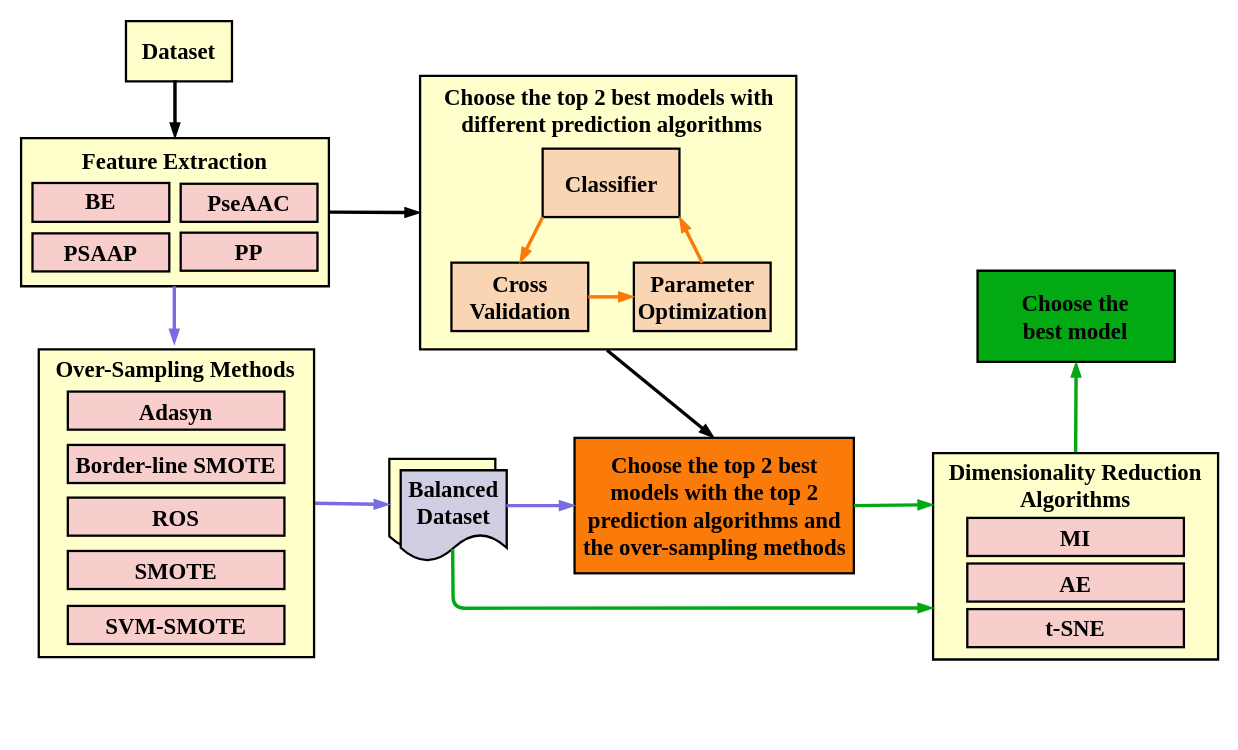
The draw.io diagram page "第 7 页" (7 of 10) of 块状图.drawio in chenjgui/Flow-chat, before the edit. Source tidied: cells renumbered, new cells numbered last; positions are measured from the earlier drawing's top-left corner, leaving out a move shared by most shapes. Both pictures are drawn from the tidied source at 114%, with x=0, y=0 at pixel (21, 21).
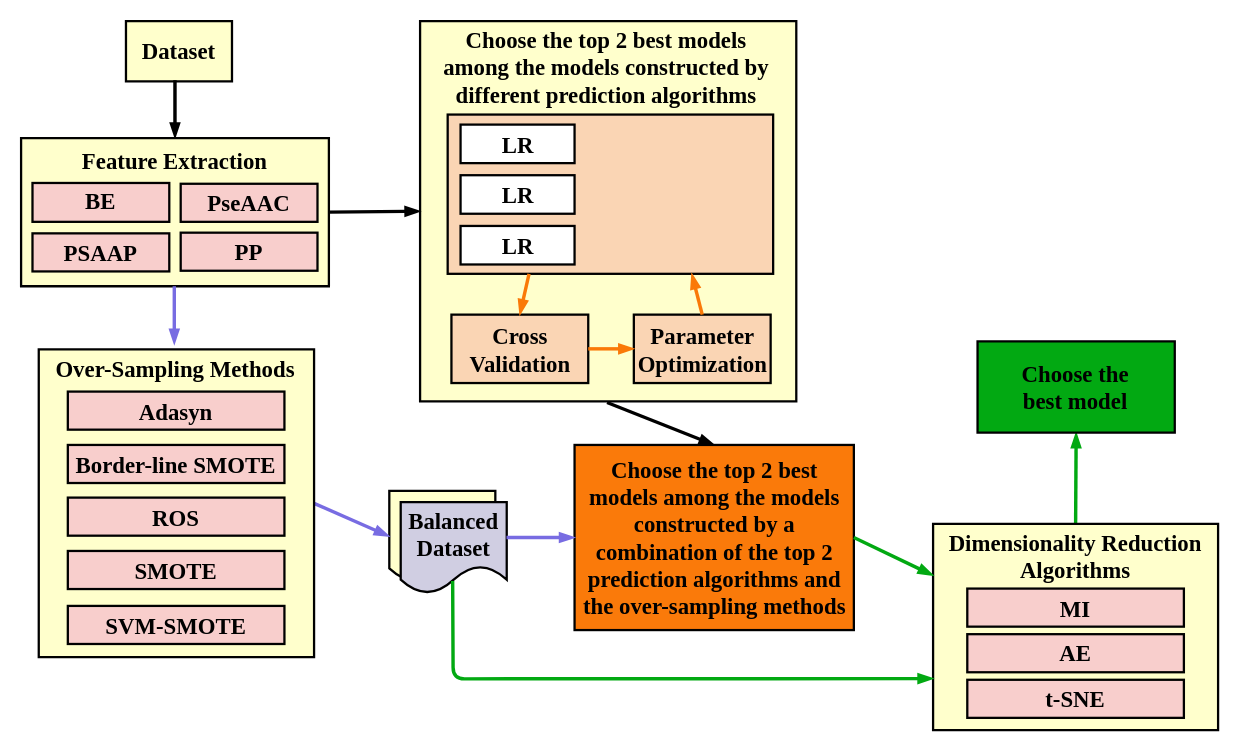
The same diagram, later.

Unchanged cells that the change refers to:
```xml
<mxCell id="7" value="&lt;font style=&quot;font-size: 20px&quot;&gt;&lt;span&gt;Balanced&lt;br&gt;Dataset&lt;/span&gt;&lt;/font&gt;" style="shape=document;whiteSpace=wrap;html=1;boundedLbl=1;fillColor=#d0cee2;fontFamily=Times New Roman;strokeWidth=2;fontStyle=1;strokeColor=#000000;" parent="5" vertex="1">
  <mxGeometry x="10" y="10" width="93" height="80" as="geometry" />
</mxCell>
<mxCell id="52" style="shape=document;whiteSpace=wrap;html=1;boundedLbl=1;fillColor=#FFFFCC;fontFamily=Times New Roman;strokeWidth=2;fontStyle=1;size=0;" parent="51" vertex="1">
  <mxGeometry width="250" height="181" as="geometry" />
</mxCell>
```

The edit, as a diff of the source:
```diff
@@
     <mxCell id="2" style="shape=document;whiteSpace=wrap;html=1;boundedLbl=1;fillColor=#FFFFCC;fontFamily=Times New Roman;strokeWidth=2;fontStyle=1;size=0;" parent="1" vertex="1">
-      <mxGeometry x="350" y="48" width="330" height="240" as="geometry" />
+      <mxGeometry x="350" width="330" height="333.6" as="geometry" />
     </mxCell>
@@
     <mxCell id="5" style="group;" parent="1" vertex="1">
-      <mxGeometry x="323" y="384" width="103" height="90" as="geometry" />
+      <mxGeometry x="323" y="412" width="103" height="90" as="geometry" />
     </mxCell>
@@
-    <mxCell id="9" value="&lt;span style=&quot;color: rgb(0 , 0 , 0) ; font-family: &amp;#34;times new roman&amp;#34; ; font-size: 20px ; font-weight: 700 ; white-space: normal&quot;&gt;Classifier&lt;/span&gt;" style="rounded=0;whiteSpace=wrap;html=1;strokeColor=#000000;strokeWidth=2;fillColor=#FAD5B4;fontColor=#ffffff;" parent="1" vertex="1">
-      <mxGeometry x="457.5" y="111.9" width="120" height="60" as="geometry" />
+    <mxCell id="9" style="rounded=0;whiteSpace=wrap;html=1;strokeColor=#000000;strokeWidth=2;fillColor=#FAD5B4;fontColor=#ffffff;" parent="1" vertex="1">
+      <mxGeometry x="374.2" y="82" width="285.5" height="139.7" as="geometry" />
     </mxCell>
     <mxCell id="10" value="&lt;b style=&quot;color: rgb(0 , 0 , 0) ; font-family: &amp;#34;times new roman&amp;#34; ; font-size: 20px ; white-space: normal&quot;&gt;Cross&lt;br&gt;Validation&lt;/b&gt;" style="rounded=0;whiteSpace=wrap;html=1;strokeColor=#000000;strokeWidth=2;fillColor=#FAD5B4;fontColor=#ffffff;" parent="1" vertex="1">
-      <mxGeometry x="377.5" y="211.9" width="120" height="60" as="geometry" />
+      <mxGeometry x="377.5" y="257.5" width="120" height="60" as="geometry" />
     </mxCell>
     <mxCell id="11" value="&lt;span style=&quot;color: rgb(0 , 0 , 0) ; font-family: &amp;#34;times new roman&amp;#34; ; font-size: 20px ; font-weight: 700 ; white-space: normal&quot;&gt;Parameter Optimization&lt;/span&gt;" style="rounded=0;whiteSpace=wrap;html=1;strokeColor=#000000;strokeWidth=2;fillColor=#FAD5B4;fontColor=#ffffff;" parent="1" vertex="1">
-      <mxGeometry x="537.5" y="211.9" width="120" height="60" as="geometry" />
+      <mxGeometry x="537.5" y="257.5" width="120" height="60" as="geometry" />
     </mxCell>
-    <mxCell id="12" style="endArrow=blockThin;html=1;strokeWidth=3;endFill=1;fontFamily=Times New Roman;fontStyle=1;entryX=0.5;entryY=0;entryDx=0;entryDy=0;exitX=0;exitY=1;exitDx=0;exitDy=0;strokeColor=#FA7908;" parent="1" edge="1" source="9" target="10">
+    <mxCell id="12" style="endArrow=blockThin;html=1;strokeWidth=3;endFill=1;fontFamily=Times New Roman;fontStyle=1;entryX=0.5;entryY=0;entryDx=0;entryDy=0;exitX=0.25;exitY=1;exitDx=0;exitDy=0;strokeColor=#FA7908;" parent="1" edge="1" source="9" target="10">
       <mxGeometry relative="1" as="geometry" />
     </mxCell>
@@
-    <mxCell id="14" style="endArrow=blockThin;html=1;strokeWidth=3;endFill=1;fontFamily=Times New Roman;fontStyle=1;entryX=1;entryY=1;entryDx=0;entryDy=0;exitX=0.5;exitY=0;exitDx=0;exitDy=0;strokeColor=#FA7908;" parent="1" edge="1" source="11" target="9">
+    <mxCell id="14" style="endArrow=blockThin;html=1;strokeWidth=3;endFill=1;fontFamily=Times New Roman;fontStyle=1;entryX=0.75;entryY=1;entryDx=0;entryDy=0;exitX=0.5;exitY=0;exitDx=0;exitDy=0;strokeColor=#FA7908;" parent="1" edge="1" source="11" target="9">
       <mxGeometry relative="1" as="geometry" />
     </mxCell>
@@
-    <mxCell id="24" value="&lt;font color=&quot;#000000&quot; face=&quot;times new roman&quot;&gt;&lt;span style=&quot;font-size: 20px&quot;&gt;&lt;b&gt;Choose the top 2 best models with the top 2 prediction algorithms and the over-sampling methods&lt;/b&gt;&lt;/span&gt;&lt;/font&gt;" style="rounded=0;whiteSpace=wrap;html=1;strokeColor=#000000;strokeWidth=2;fillColor=#FA7A0A;fontColor=#ffffff;" parent="1" vertex="1">
-      <mxGeometry x="485.5" y="365.6" width="245" height="118.8" as="geometry" />
+    <mxCell id="24" value="&lt;div&gt;&lt;font color=&quot;#000000&quot; face=&quot;times new roman&quot;&gt;&lt;span style=&quot;font-size: 20px&quot;&gt;&lt;b&gt;Choose the top 2 best models among the models constructed by a combination of the top 2&lt;/b&gt;&lt;/span&gt;&lt;/font&gt;&lt;/div&gt;&lt;div&gt;&lt;font color=&quot;#000000&quot; face=&quot;times new roman&quot;&gt;&lt;span style=&quot;font-size: 20px&quot;&gt;&lt;b&gt;prediction algorithms and the over-sampling methods&lt;/b&gt;&lt;/span&gt;&lt;/font&gt;&lt;/div&gt;" style="rounded=0;whiteSpace=wrap;html=1;strokeColor=#000000;strokeWidth=2;fillColor=#FA7A0A;fontColor=#ffffff;" parent="1" vertex="1">
+      <mxGeometry x="485.5" y="371.8" width="245" height="162.4" as="geometry" />
     </mxCell>
@@
-    <mxCell id="27" value="Choose&amp;nbsp;the&amp;nbsp;top&amp;nbsp;2&amp;nbsp;best&amp;nbsp;models&amp;nbsp;with&amp;nbsp;&lt;br&gt;different&amp;nbsp;prediction&amp;nbsp;algorithms" style="text;html=1;strokeColor=none;fillColor=none;align=center;verticalAlign=middle;whiteSpace=wrap;rounded=0;fontStyle=1;fontSize=20;fontFamily=Times New Roman;" parent="1" vertex="1">
-      <mxGeometry x="363.5" y="53.2" width="309" height="50" as="geometry" />
+    <mxCell id="27" value="Choose&amp;nbsp;the&amp;nbsp;top&amp;nbsp;2&amp;nbsp;best&amp;nbsp;models&lt;br&gt;among&amp;nbsp;the&amp;nbsp;models&amp;nbsp;constructed&amp;nbsp;by&lt;br&gt;different&amp;nbsp;prediction&amp;nbsp;algorithms" style="text;html=1;strokeColor=none;fillColor=none;align=center;verticalAlign=middle;whiteSpace=wrap;rounded=0;fontStyle=1;fontSize=20;fontFamily=Times New Roman;" parent="1" vertex="1">
+      <mxGeometry x="367.2" y="6.6" width="292.5" height="67.2" as="geometry" />
     </mxCell>
@@
     <mxCell id="51" style="group;" parent="1" vertex="1">
-      <mxGeometry x="800" y="379" width="250" height="181" as="geometry" />
+      <mxGeometry x="800" y="441" width="250" height="181" as="geometry" />
     </mxCell>
@@
     <mxCell id="63" style="endArrow=blockThin;html=1;strokeWidth=3;endFill=1;fontFamily=Times New Roman;fontStyle=1;exitX=0.49;exitY=0.864;exitDx=0;exitDy=0;exitPerimeter=0;strokeColor=#02A912;entryX=0;entryY=0.75;entryDx=0;entryDy=0;" parent="1" edge="1" source="7" target="52">
       <mxGeometry relative="1" as="geometry">
         <Array as="points">
-          <mxPoint x="379" y="515" />
+          <mxPoint x="379" y="577" />
         </Array>
       </mxGeometry>
     </mxCell>
@@
     <mxCell id="65" style="group;" parent="1" vertex="1">
-      <mxGeometry x="839" y="219" width="173" height="80" as="geometry" />
+      <mxGeometry x="839" y="281" width="173" height="80" as="geometry" />
     </mxCell>
@@
+    <mxCell id="69" value="LR" style="text;html=1;align=center;verticalAlign=middle;whiteSpace=wrap;rounded=0;fontStyle=1;fontSize=20;fontFamily=Times New Roman;strokeWidth=2;fillColor=#ffffff;strokeColor=#000000;" parent="1" vertex="1">
+      <mxGeometry x="385.5" y="179.7" width="100" height="33.8" as="geometry" />
+    </mxCell>
+    <mxCell id="70" value="LR" style="text;html=1;align=center;verticalAlign=middle;whiteSpace=wrap;rounded=0;fontStyle=1;fontSize=20;fontFamily=Times New Roman;strokeWidth=2;fillColor=#ffffff;strokeColor=#000000;" parent="1" vertex="1">
+      <mxGeometry x="385.5" y="135.2" width="100" height="33.8" as="geometry" />
+    </mxCell>
+    <mxCell id="71" value="LR" style="text;html=1;align=center;verticalAlign=middle;whiteSpace=wrap;rounded=0;fontStyle=1;fontSize=20;fontFamily=Times New Roman;strokeWidth=2;fillColor=#ffffff;strokeColor=#000000;" parent="1" vertex="1">
+      <mxGeometry x="385.5" y="90.8" width="100" height="33.8" as="geometry" />
+    </mxCell>
```
